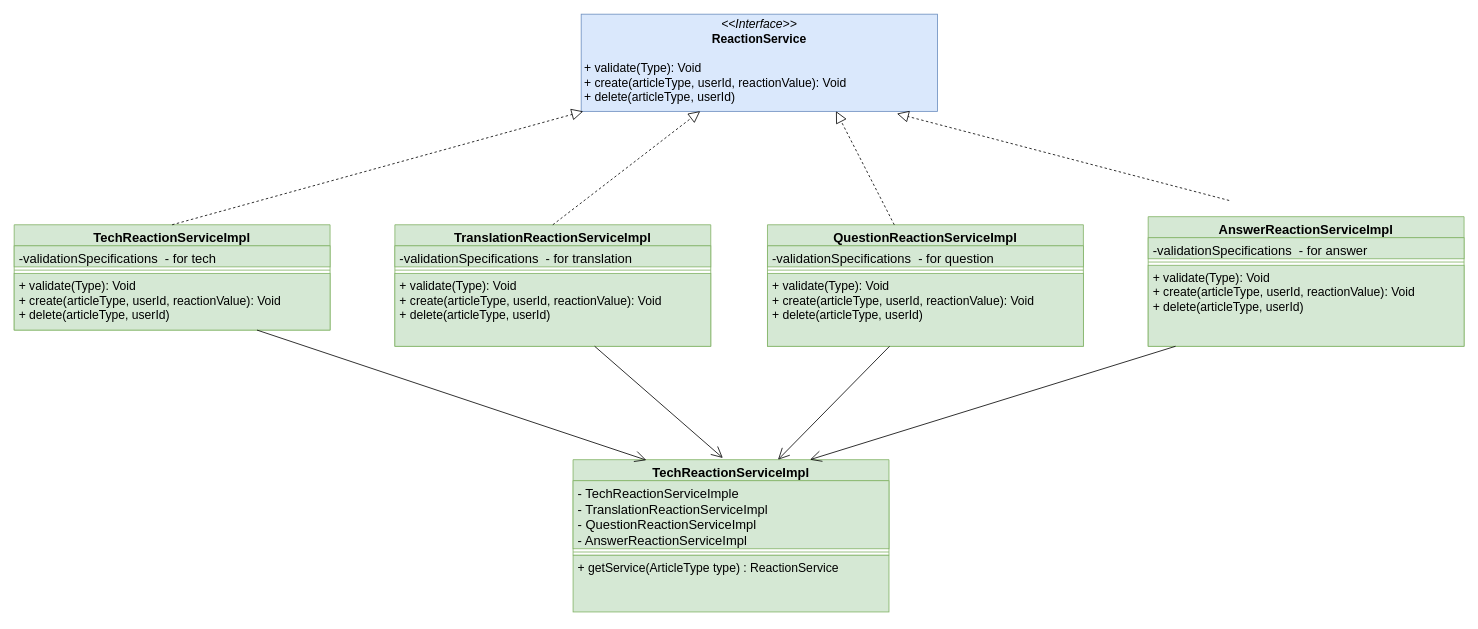
Before: page "페이지-10" (10 of 10) of drawio/제목 없는 다이어그램.drawio in dkGithup2022/module_and_design, a draw.io diagram. Source tidied: cells renumbered, new cells numbered last; positions are measured from the earlier drawing's top-left corner, leaving out a move shared by most shapes. Both pictures are drawn from the tidied source at 81%, with x=0, y=0 at pixel (14, 14).
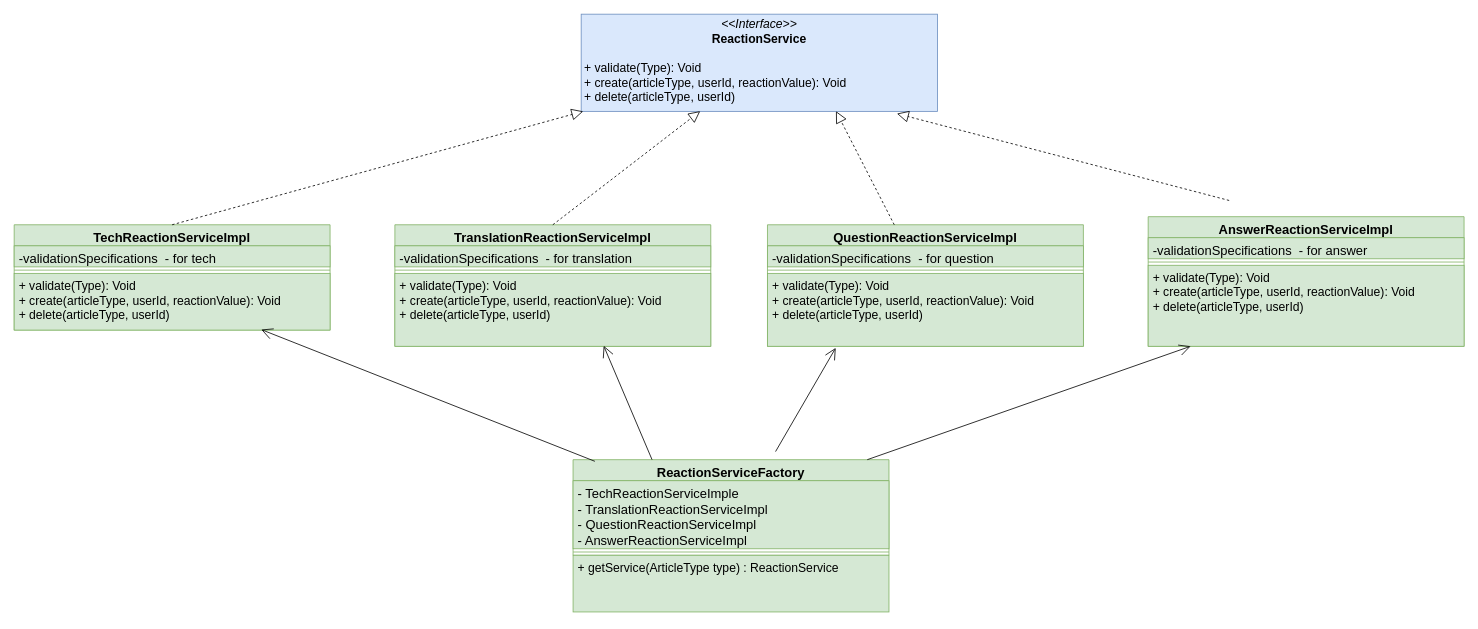
The same page after the edit.

Unchanged cells that the change refers to:
```xml
<mxCell id="6" value="&lt;span style=&quot;font-size: 15px;&quot;&gt;+ validate(Type): Void&lt;/span&gt;&lt;br style=&quot;font-size: 15px;&quot;&gt;&lt;span style=&quot;font-size: 15px;&quot;&gt;+ create(articleType, userId, reactionValue): Void&lt;/span&gt;&lt;br style=&quot;font-size: 15px;&quot;&gt;&lt;span style=&quot;font-size: 15px;&quot;&gt;+ delete(articleType, userId)&amp;nbsp;&lt;/span&gt;" style="text;strokeColor=#82b366;fillColor=#d5e8d4;align=left;verticalAlign=top;spacingLeft=4;spacingRight=4;overflow=hidden;points=[[0,0.5],[1,0.5]];portConstraint=eastwest;whiteSpace=wrap;html=1;" parent="3" vertex="1">
  <mxGeometry y="60" width="390" height="70" as="geometry" />
</mxCell>
<mxCell id="10" value="&lt;span style=&quot;font-size: 15px;&quot;&gt;+ validate(Type): Void&lt;/span&gt;&lt;br style=&quot;font-size: 15px;&quot;&gt;&lt;span style=&quot;font-size: 15px;&quot;&gt;+ create(articleType, userId, reactionValue): Void&lt;/span&gt;&lt;br style=&quot;font-size: 15px;&quot;&gt;&lt;span style=&quot;font-size: 15px;&quot;&gt;+ delete(articleType, userId)&amp;nbsp;&lt;/span&gt;" style="text;strokeColor=#82b366;fillColor=#d5e8d4;align=left;verticalAlign=top;spacingLeft=4;spacingRight=4;overflow=hidden;points=[[0,0.5],[1,0.5]];portConstraint=eastwest;whiteSpace=wrap;html=1;" parent="7" vertex="1">
  <mxGeometry y="60" width="390" height="90" as="geometry" />
</mxCell>
<mxCell id="14" value="&lt;span style=&quot;font-size: 15px;&quot;&gt;+ validate(Type): Void&lt;/span&gt;&lt;br style=&quot;font-size: 15px;&quot;&gt;&lt;span style=&quot;font-size: 15px;&quot;&gt;+ create(articleType, userId, reactionValue): Void&lt;/span&gt;&lt;br style=&quot;font-size: 15px;&quot;&gt;&lt;span style=&quot;font-size: 15px;&quot;&gt;+ delete(articleType, userId)&amp;nbsp;&lt;/span&gt;" style="text;strokeColor=#82b366;fillColor=#d5e8d4;align=left;verticalAlign=top;spacingLeft=4;spacingRight=4;overflow=hidden;points=[[0,0.5],[1,0.5]];portConstraint=eastwest;whiteSpace=wrap;html=1;" parent="11" vertex="1">
  <mxGeometry y="60" width="390" height="90" as="geometry" />
</mxCell>
<mxCell id="18" value="&lt;span style=&quot;font-size: 15px;&quot;&gt;+ validate(Type): Void&lt;/span&gt;&lt;br style=&quot;font-size: 15px;&quot;&gt;&lt;span style=&quot;font-size: 15px;&quot;&gt;+ create(articleType, userId, reactionValue): Void&lt;/span&gt;&lt;br style=&quot;font-size: 15px;&quot;&gt;&lt;span style=&quot;font-size: 15px;&quot;&gt;+ delete(articleType, userId)&amp;nbsp;&lt;/span&gt;" style="text;strokeColor=#82b366;fillColor=#d5e8d4;align=left;verticalAlign=top;spacingLeft=4;spacingRight=4;overflow=hidden;points=[[0,0.5],[1,0.5]];portConstraint=eastwest;whiteSpace=wrap;html=1;" parent="15" vertex="1">
  <mxGeometry y="60" width="390" height="100" as="geometry" />
</mxCell>
```

Diff of the diagram source:
```diff
@@
-    <mxCell id="23" value="&lt;font style=&quot;font-size: 16px;&quot;&gt;TechReactionServiceImpl&lt;/font&gt;" style="swimlane;fontStyle=1;align=center;verticalAlign=top;horizontal=1;startSize=26;whiteSpace=wrap;html=1;fillColor=#d5e8d4;strokeColor=#82b366;" parent="1" vertex="1">
+    <mxCell id="23" value="&lt;span style=&quot;font-size: 16px;&quot;&gt;ReactionServiceFactory&lt;/span&gt;&lt;div&gt;&lt;span style=&quot;font-size: 16px;&quot;&gt;&lt;br&gt;&lt;/span&gt;&lt;/div&gt;" style="swimlane;fontStyle=1;align=center;verticalAlign=top;horizontal=1;startSize=26;whiteSpace=wrap;html=1;fillColor=#d5e8d4;strokeColor=#82b366;" parent="1" vertex="1">
       <mxGeometry x="690" y="550" width="390" height="118" as="geometry" />
     </mxCell>
@@
-    <mxCell id="27" style="endArrow=open;endFill=1;endSize=12;html=1;rounded=0;entryX=0.474;entryY=-0.018;entryDx=0;entryDy=0;entryPerimeter=0;" parent="1" edge="1" source="10" target="23">
+    <mxCell id="27" style="endArrow=open;endFill=1;endSize=12;html=1;rounded=0;exitX=0.25;exitY=0;exitDx=0;exitDy=0;entryX=0.661;entryY=0.993;entryDx=0;entryDy=0;entryPerimeter=0;" parent="1" edge="1" source="23" target="10">
       <mxGeometry relative="1" as="geometry" />
     </mxCell>
-    <mxCell id="28" style="endArrow=open;endFill=1;endSize=12;html=1;rounded=0;entryX=0.232;entryY=0.005;entryDx=0;entryDy=0;entryPerimeter=0;" parent="1" edge="1" source="6" target="23">
+    <mxCell id="28" style="endArrow=open;endFill=1;endSize=12;html=1;rounded=0;exitX=0.069;exitY=0.017;exitDx=0;exitDy=0;exitPerimeter=0;entryX=0.782;entryY=0.991;entryDx=0;entryDy=0;entryPerimeter=0;" parent="1" edge="1" source="23" target="6">
       <mxGeometry relative="1" as="geometry" />
     </mxCell>
-    <mxCell id="29" style="endArrow=open;endFill=1;endSize=12;html=1;rounded=0;" parent="1" edge="1" source="14" target="23">
-      <mxGeometry relative="1" as="geometry" />
+    <mxCell id="29" style="endArrow=open;endFill=1;endSize=12;html=1;rounded=0;entryX=0.216;entryY=1.022;entryDx=0;entryDy=0;entryPerimeter=0;" parent="1" edge="1" target="14">
+      <mxGeometry relative="1" as="geometry">
+        <mxPoint x="940" y="540" as="sourcePoint" />
+      </mxGeometry>
     </mxCell>
-    <mxCell id="30" style="endArrow=open;endFill=1;endSize=12;html=1;rounded=0;entryX=0.75;entryY=0;entryDx=0;entryDy=0;" parent="1" edge="1" source="18" target="23">
+    <mxCell id="30" style="endArrow=open;endFill=1;endSize=12;html=1;rounded=0;" parent="1" edge="1" source="23" target="18">
       <mxGeometry relative="1" as="geometry" />
     </mxCell>
```
